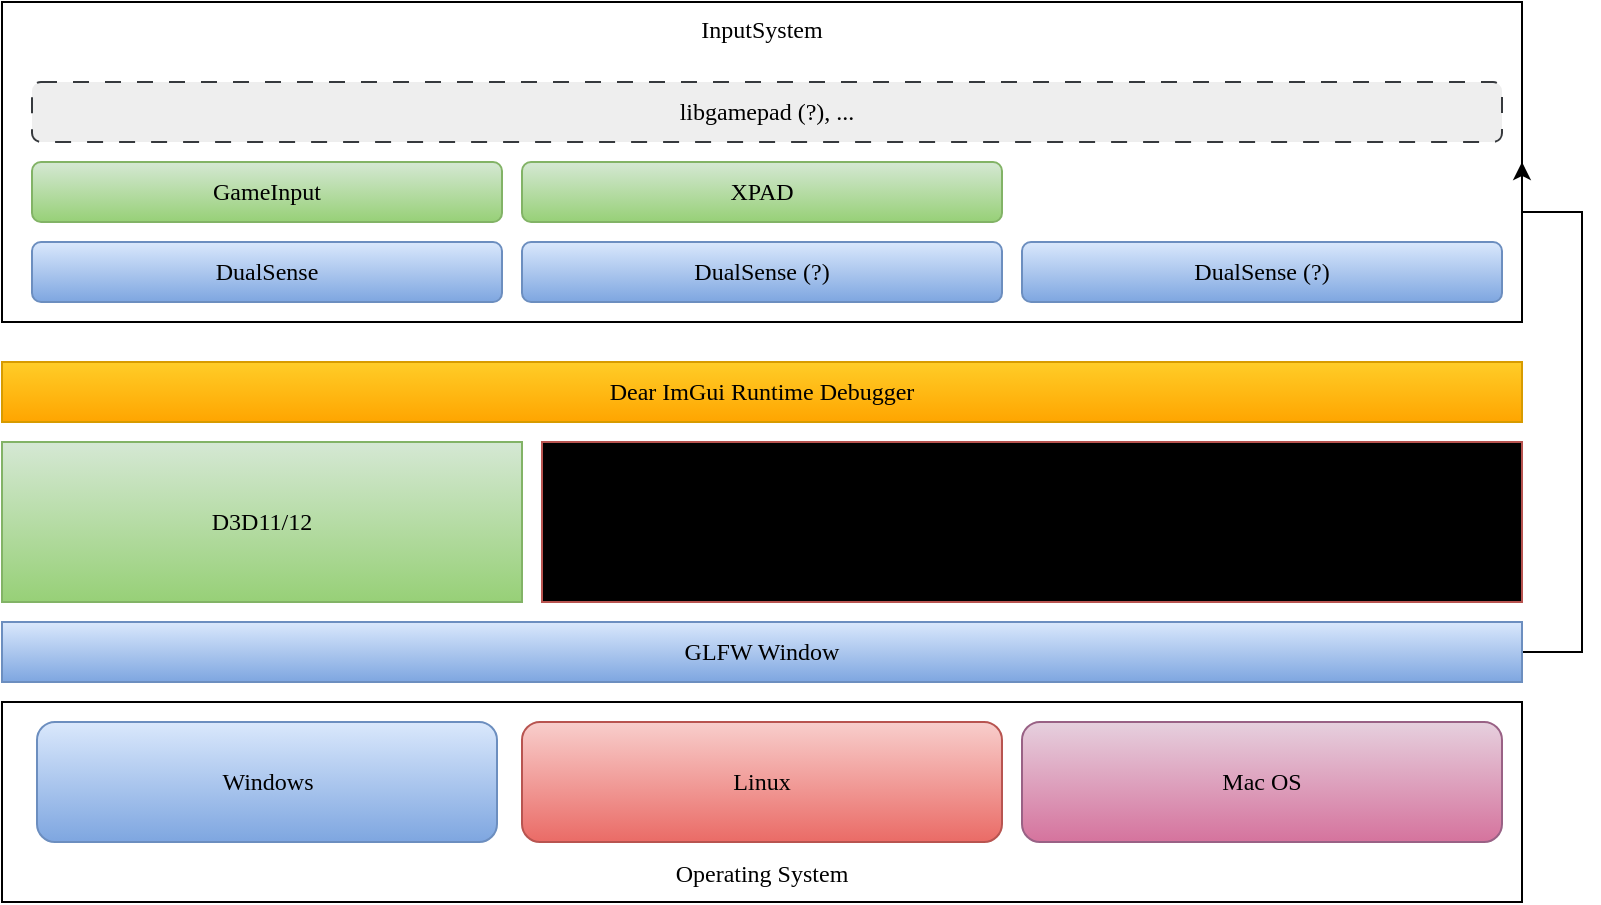
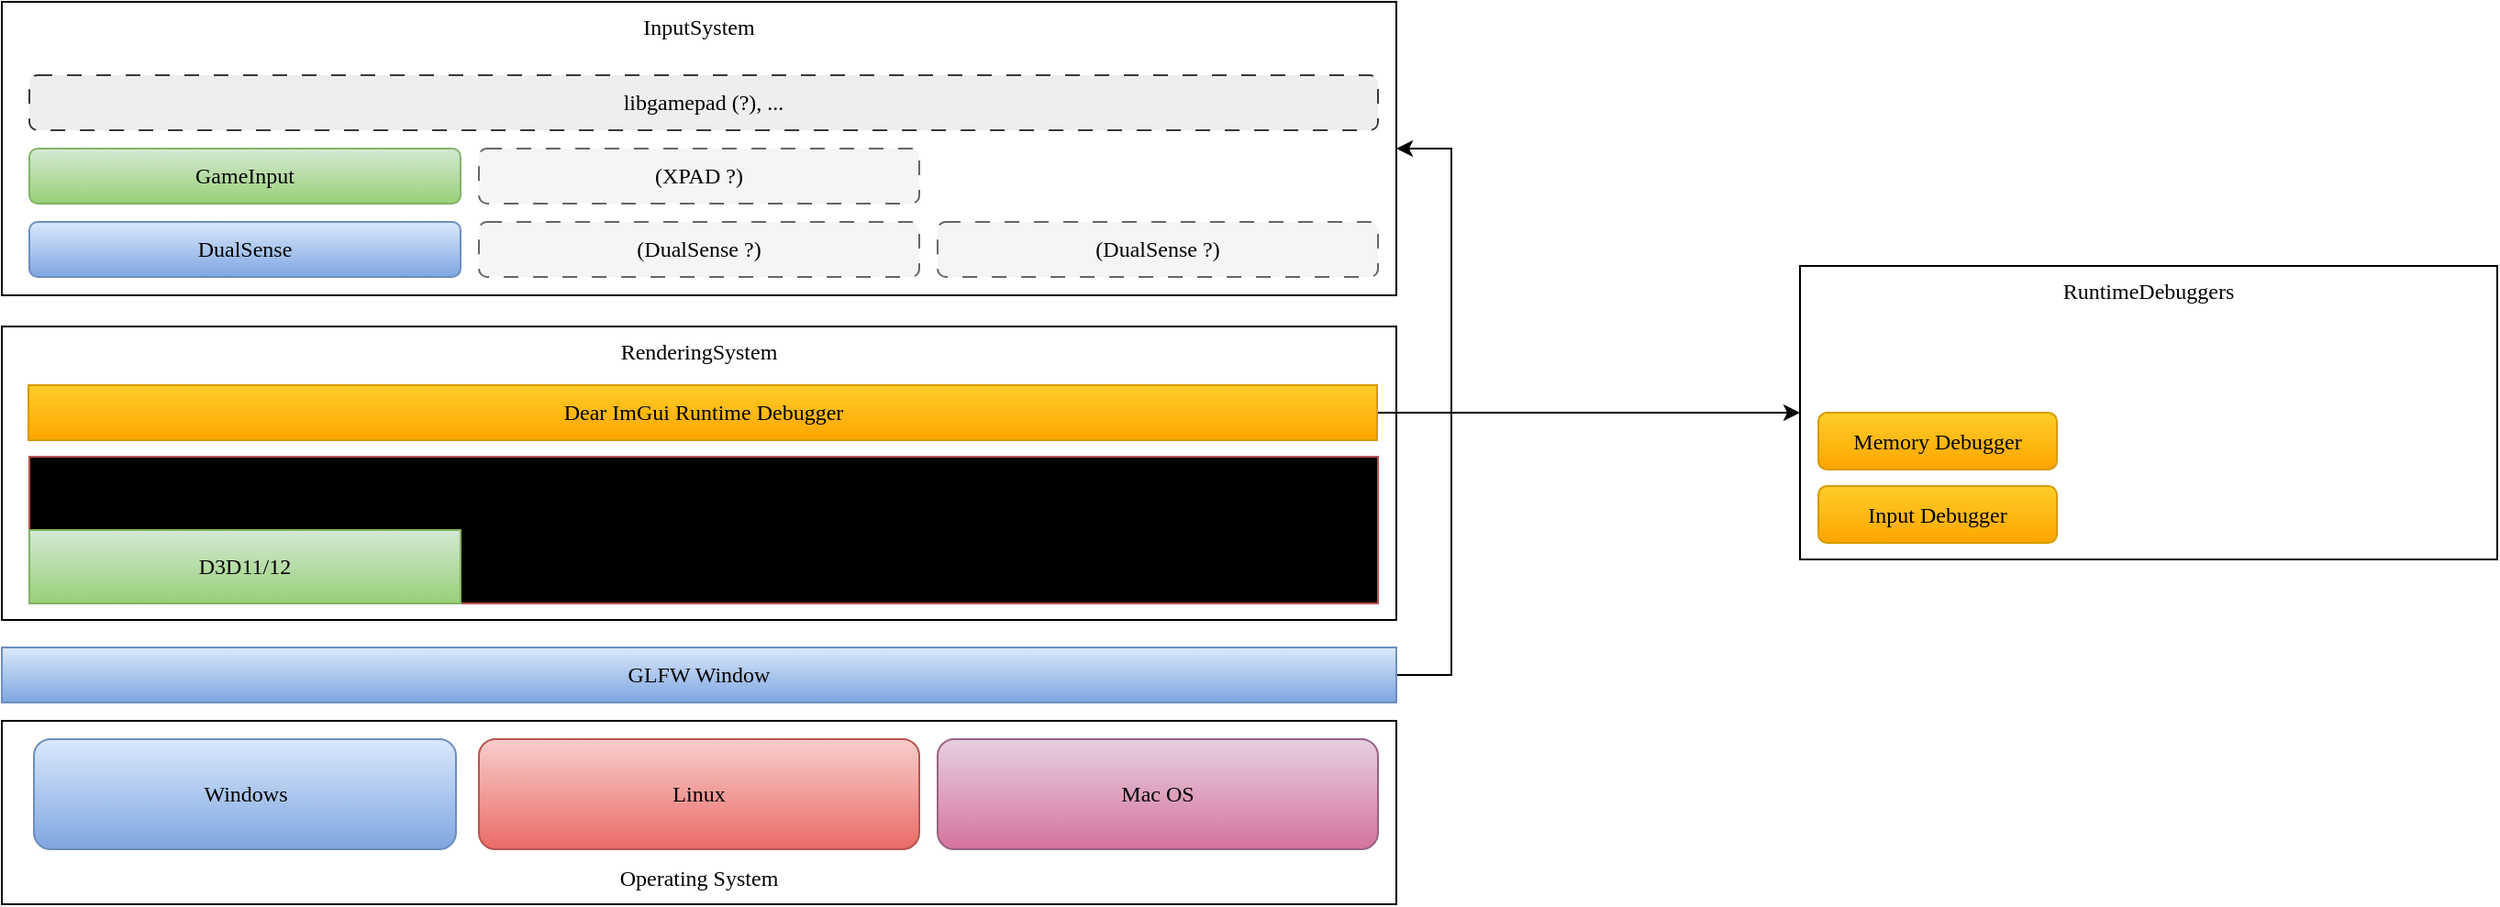
- <mxfile host="app.diagrams.net" agent="Mozilla/5.0 (Windows NT 10.0; Win64; x64) AppleWebKit/537.36 (KHTML, like Gecko) Chrome/144.0.0.0 Safari/537.36" version="29.6.1">
+ <mxfile host="app.diagrams.net" agent="Mozilla/5.0 (Windows NT 10.0; Win64; x64) AppleWebKit/537.36 (KHTML, like Gecko) Chrome/144.0.0.0 Safari/537.36">
  <diagram name="Seite-1" id="xlpG9cMRmin-ETlIHFSG">
-     <mxGraphModel dx="905" dy="564" grid="1" gridSize="10" guides="1" tooltips="1" connect="1" arrows="1" fold="1" page="1" pageScale="1" pageWidth="827" pageHeight="1169" math="0" shadow="0">
+     <mxGraphModel dx="1191" dy="752" grid="1" gridSize="10" guides="1" tooltips="1" connect="1" arrows="1" fold="1" page="1" pageScale="1" pageWidth="827" pageHeight="1169" math="0" shadow="0">
      <root>
        <mxCell id="0" />
        <mxCell id="1" parent="0" />
+         <mxCell id="52mLyNRogzyAWwYg_-e3-1" parent="1" style="rounded=0;whiteSpace=wrap;html=1;verticalAlign=top;" value="&lt;font face=&quot;Lexend&quot;&gt;RenderingSystem&lt;/font&gt;" vertex="1">
+           <mxGeometry height="160" width="760" x="40" y="662" as="geometry" />
+         </mxCell>
        <mxCell id="tinL0Xj5YQxG_0m4viSz-1" parent="1" style="rounded=0;whiteSpace=wrap;html=1;verticalAlign=top;" value="&lt;font face=&quot;Lexend&quot;&gt;InputSystem&lt;/font&gt;" vertex="1">
-           <mxGeometry height="160" width="760" x="40" y="130" as="geometry" />
+           <mxGeometry height="160" width="760" x="40" y="485" as="geometry" />
        </mxCell>
        <mxCell id="tinL0Xj5YQxG_0m4viSz-2" parent="1" style="rounded=0;whiteSpace=wrap;html=1;" value="&lt;div&gt;&lt;font face=&quot;Lexend&quot;&gt;&lt;br&gt;&lt;/font&gt;&lt;/div&gt;&lt;font face=&quot;Lexend&quot;&gt;&lt;div&gt;&lt;font face=&quot;Lexend&quot;&gt;&lt;br&gt;&lt;/font&gt;&lt;/div&gt;&lt;div&gt;&lt;font face=&quot;Lexend&quot;&gt;&lt;br&gt;&lt;/font&gt;&lt;/div&gt;&lt;div&gt;&lt;font face=&quot;Lexend&quot;&gt;&lt;br&gt;&lt;/font&gt;&lt;/div&gt;&lt;div&gt;&lt;font face=&quot;Lexend&quot;&gt;&lt;br&gt;&lt;/font&gt;&lt;/div&gt;&lt;div&gt;&lt;span style=&quot;background-color: transparent; color: light-dark(rgb(0, 0, 0), rgb(255, 255, 255));&quot;&gt;Operating System&lt;/span&gt;&lt;/div&gt;&lt;/font&gt;" vertex="1">
-           <mxGeometry height="100" width="760" x="40" y="480" as="geometry" />
+           <mxGeometry height="100" width="760" x="40" y="877" as="geometry" />
        </mxCell>
        <mxCell id="tinL0Xj5YQxG_0m4viSz-3" parent="1" style="rounded=1;whiteSpace=wrap;html=1;fillColor=#dae8fc;strokeColor=#6c8ebf;gradientColor=#7ea6e0;" value="&lt;font face=&quot;Lexend&quot;&gt;Windows&lt;/font&gt;" vertex="1">
-           <mxGeometry height="60" width="230" x="57.5" y="490" as="geometry" />
+           <mxGeometry height="60" width="230" x="57.5" y="887" as="geometry" />
        </mxCell>
        <mxCell id="tinL0Xj5YQxG_0m4viSz-4" parent="1" style="rounded=1;whiteSpace=wrap;html=1;fillColor=#f8cecc;strokeColor=#b85450;gradientColor=#ea6b66;" value="&lt;font face=&quot;Lexend&quot;&gt;Linux&lt;/font&gt;" vertex="1">
-           <mxGeometry height="60" width="240" x="300" y="490" as="geometry" />
+           <mxGeometry height="60" width="240" x="300" y="887" as="geometry" />
        </mxCell>
        <mxCell id="tinL0Xj5YQxG_0m4viSz-5" parent="1" style="rounded=1;whiteSpace=wrap;html=1;fillColor=#e6d0de;strokeColor=#996185;gradientColor=#d5739d;" value="&lt;font face=&quot;Lexend&quot;&gt;Mac OS&lt;/font&gt;" vertex="1">
-           <mxGeometry height="60" width="240" x="550" y="490" as="geometry" />
+           <mxGeometry height="60" width="240" x="550" y="887" as="geometry" />
        </mxCell>
        <mxCell id="tinL0Xj5YQxG_0m4viSz-13" edge="1" parent="1" source="tinL0Xj5YQxG_0m4viSz-6" style="edgeStyle=orthogonalEdgeStyle;rounded=0;orthogonalLoop=1;jettySize=auto;html=1;entryX=1;entryY=0.5;entryDx=0;entryDy=0;" target="tinL0Xj5YQxG_0m4viSz-1">
          <mxGeometry relative="1" as="geometry">
            <Array as="points">
-               <mxPoint x="830" y="455" />
-               <mxPoint x="830" y="235" />
+               <mxPoint x="830" y="852" />
+               <mxPoint x="830" y="565" />
            </Array>
-             <mxPoint x="910" y="230" as="targetPoint" />
+             <mxPoint x="910" y="627" as="targetPoint" />
          </mxGeometry>
        </mxCell>
        <mxCell id="tinL0Xj5YQxG_0m4viSz-6" parent="1" style="rounded=0;whiteSpace=wrap;html=1;fillColor=#dae8fc;gradientColor=#7ea6e0;strokeColor=#6c8ebf;" value="&lt;font face=&quot;Lexend&quot;&gt;GLFW Window&lt;/font&gt;" vertex="1">
-           <mxGeometry height="30" width="760" x="40" y="440" as="geometry" />
+           <mxGeometry height="30" width="760" x="40" y="837" as="geometry" />
+         </mxCell>
+         <mxCell id="tinL0Xj5YQxG_0m4viSz-8" parent="1" style="rounded=0;whiteSpace=wrap;html=1;fillColor=light-dark(#F8CECC,#510808);strokeColor=#b85450;gradientColor=light-dark(#EA6B66,#D03434);" value="&lt;font face=&quot;Lexend&quot;&gt;Vulkan&lt;/font&gt;" vertex="1">
+           <mxGeometry height="80" width="735" x="55" y="733" as="geometry" />
+         </mxCell>
+         <mxCell id="52mLyNRogzyAWwYg_-e3-2" edge="1" parent="1" source="tinL0Xj5YQxG_0m4viSz-11" style="edgeStyle=orthogonalEdgeStyle;rounded=0;orthogonalLoop=1;jettySize=auto;html=1;">
+           <mxGeometry relative="1" as="geometry">
+             <mxPoint x="1020" y="709" as="targetPoint" />
+           </mxGeometry>
+         </mxCell>
+         <mxCell id="tinL0Xj5YQxG_0m4viSz-11" parent="1" style="rounded=0;whiteSpace=wrap;html=1;fillColor=#ffcd28;gradientColor=#ffa500;strokeColor=#d79b00;" value="&lt;font face=&quot;Lexend&quot;&gt;Dear ImGui Runtime Debugger&lt;/font&gt;" vertex="1">
+           <mxGeometry height="30" width="735" x="54.5" y="694" as="geometry" />
+         </mxCell>
+         <mxCell id="QrP_WzE0BmKQojTLR6tl-1" parent="1" style="rounded=1;whiteSpace=wrap;html=1;fillColor=#d5e8d4;strokeColor=#82b366;gradientColor=#97d077;" value="&lt;font face=&quot;Lexend&quot;&gt;GameInput&lt;/font&gt;" vertex="1">
+           <mxGeometry height="30" width="235" x="55" y="565" as="geometry" />
+         </mxCell>
+         <mxCell id="QrP_WzE0BmKQojTLR6tl-2" parent="1" style="rounded=1;whiteSpace=wrap;html=1;fillColor=#dae8fc;strokeColor=#6c8ebf;gradientColor=#7ea6e0;" value="&lt;font face=&quot;Lexend&quot;&gt;DualSense&lt;/font&gt;" vertex="1">
+           <mxGeometry height="30" width="235" x="55" y="605" as="geometry" />
+         </mxCell>
+         <mxCell id="QrP_WzE0BmKQojTLR6tl-4" parent="1" style="rounded=1;whiteSpace=wrap;html=1;fillColor=#f5f5f5;strokeColor=#666666;gradientColor=none;dashed=1;dashPattern=8 8;" value="&lt;font face=&quot;Lexend&quot;&gt;(XPAD ?)&lt;/font&gt;" vertex="1">
+           <mxGeometry height="30" width="240" x="300" y="565" as="geometry" />
+         </mxCell>
+         <mxCell id="QrP_WzE0BmKQojTLR6tl-5" parent="1" style="rounded=1;whiteSpace=wrap;html=1;fillColor=#f5f5f5;strokeColor=#666666;gradientColor=none;dashed=1;dashPattern=8 8;" value="&lt;font face=&quot;Lexend&quot;&gt;(DualSense ?)&lt;/font&gt;" vertex="1">
+           <mxGeometry height="30" width="240" x="300" y="605" as="geometry" />
+         </mxCell>
+         <mxCell id="QrP_WzE0BmKQojTLR6tl-6" parent="1" style="rounded=1;whiteSpace=wrap;html=1;fillColor=#f5f5f5;strokeColor=#666666;gradientColor=none;dashed=1;dashPattern=8 8;" value="&lt;font face=&quot;Lexend&quot;&gt;(DualSense ?)&lt;/font&gt;" vertex="1">
+           <mxGeometry height="30" width="240" x="550" y="605" as="geometry" />
+         </mxCell>
+         <mxCell id="QrP_WzE0BmKQojTLR6tl-8" parent="1" style="rounded=1;whiteSpace=wrap;html=1;fillColor=#eeeeee;strokeColor=#36393d;dashed=1;dashPattern=8 8;" value="&lt;font face=&quot;Lexend&quot;&gt;libgamepad (?), ...&lt;/font&gt;" vertex="1">
+           <mxGeometry height="30" width="735" x="55" y="525" as="geometry" />
        </mxCell>
        <mxCell id="tinL0Xj5YQxG_0m4viSz-7" parent="1" style="rounded=0;whiteSpace=wrap;html=1;fillColor=#d5e8d4;strokeColor=#82b366;gradientColor=#97d077;" value="&lt;font face=&quot;Lexend&quot;&gt;D3D11/12&lt;/font&gt;" vertex="1">
-           <mxGeometry height="80" width="260" x="40" y="350" as="geometry" />
+           <mxGeometry height="40" width="235" x="55" y="773" as="geometry" />
        </mxCell>
-         <mxCell id="tinL0Xj5YQxG_0m4viSz-8" parent="1" style="rounded=0;whiteSpace=wrap;html=1;fillColor=light-dark(#F8CECC,#510808);strokeColor=#b85450;gradientColor=light-dark(#EA6B66,#D03434);" value="&lt;font face=&quot;Lexend&quot;&gt;Vulkan&lt;/font&gt;" vertex="1">
-           <mxGeometry height="80" width="490" x="310" y="350" as="geometry" />
+         <mxCell id="52mLyNRogzyAWwYg_-e3-3" parent="1" style="rounded=0;whiteSpace=wrap;html=1;verticalAlign=top;" value="&lt;font face=&quot;Lexend&quot;&gt;RuntimeDebuggers&lt;/font&gt;" vertex="1">
+           <mxGeometry height="160" width="380" x="1020" y="629" as="geometry" />
        </mxCell>
-         <mxCell id="tinL0Xj5YQxG_0m4viSz-11" parent="1" style="rounded=0;whiteSpace=wrap;html=1;fillColor=#ffcd28;gradientColor=#ffa500;strokeColor=#d79b00;" value="&lt;font face=&quot;Lexend&quot;&gt;Dear ImGui Runtime Debugger&lt;/font&gt;" vertex="1">
-           <mxGeometry height="30" width="760" x="40" y="310" as="geometry" />
+         <mxCell id="52mLyNRogzyAWwYg_-e3-4" parent="1" style="rounded=1;whiteSpace=wrap;html=1;fillColor=#ffcd28;gradientColor=#ffa500;strokeColor=#d79b00;" value="&lt;font face=&quot;Lexend&quot; data-font-src=&quot;https://fonts.googleapis.com/css?family=Lexend&quot;&gt;Memory Debugger&lt;/font&gt;" vertex="1">
+           <mxGeometry height="31" width="130" x="1030" y="709" as="geometry" />
        </mxCell>
-         <mxCell id="QrP_WzE0BmKQojTLR6tl-1" parent="1" style="rounded=1;whiteSpace=wrap;html=1;fillColor=#d5e8d4;strokeColor=#82b366;gradientColor=#97d077;" value="&lt;font face=&quot;Lexend&quot;&gt;GameInput&lt;/font&gt;" vertex="1">
-           <mxGeometry height="30" width="235" x="55" y="210" as="geometry" />
-         </mxCell>
-         <mxCell id="QrP_WzE0BmKQojTLR6tl-2" parent="1" style="rounded=1;whiteSpace=wrap;html=1;fillColor=#dae8fc;strokeColor=#6c8ebf;gradientColor=#7ea6e0;" value="&lt;font face=&quot;Lexend&quot;&gt;DualSense&lt;/font&gt;" vertex="1">
-           <mxGeometry height="30" width="235" x="55" y="250" as="geometry" />
-         </mxCell>
-         <mxCell id="QrP_WzE0BmKQojTLR6tl-4" parent="1" style="rounded=1;whiteSpace=wrap;html=1;fillColor=#d5e8d4;strokeColor=#82b366;gradientColor=#97d077;" value="&lt;font face=&quot;Lexend&quot;&gt;XPAD&lt;/font&gt;" vertex="1">
-           <mxGeometry height="30" width="240" x="300" y="210" as="geometry" />
-         </mxCell>
-         <mxCell id="QrP_WzE0BmKQojTLR6tl-5" parent="1" style="rounded=1;whiteSpace=wrap;html=1;fillColor=#dae8fc;strokeColor=#6c8ebf;gradientColor=#7ea6e0;" value="&lt;font face=&quot;Lexend&quot;&gt;DualSense (?)&lt;/font&gt;" vertex="1">
-           <mxGeometry height="30" width="240" x="300" y="250" as="geometry" />
-         </mxCell>
-         <mxCell id="QrP_WzE0BmKQojTLR6tl-6" parent="1" style="rounded=1;whiteSpace=wrap;html=1;fillColor=#dae8fc;strokeColor=#6c8ebf;gradientColor=#7ea6e0;" value="&lt;font face=&quot;Lexend&quot;&gt;DualSense (?)&lt;/font&gt;" vertex="1">
-           <mxGeometry height="30" width="240" x="550" y="250" as="geometry" />
-         </mxCell>
-         <mxCell id="QrP_WzE0BmKQojTLR6tl-8" parent="1" style="rounded=1;whiteSpace=wrap;html=1;fillColor=#eeeeee;strokeColor=#36393d;dashed=1;dashPattern=8 8;" value="&lt;font face=&quot;Lexend&quot;&gt;libgamepad (?), ...&lt;/font&gt;" vertex="1">
-           <mxGeometry height="30" width="735" x="55" y="170" as="geometry" />
+         <mxCell id="52mLyNRogzyAWwYg_-e3-5" parent="1" style="rounded=1;whiteSpace=wrap;html=1;fillColor=#ffcd28;gradientColor=#ffa500;strokeColor=#d79b00;" value="&lt;font face=&quot;Lexend&quot; data-font-src=&quot;https://fonts.googleapis.com/css?family=Lexend&quot;&gt;Input Debugger&lt;/font&gt;" vertex="1">
+           <mxGeometry height="31" width="130" x="1030" y="749" as="geometry" />
        </mxCell>
      </root>
    </mxGraphModel>
  </diagram>
</mxfile>
